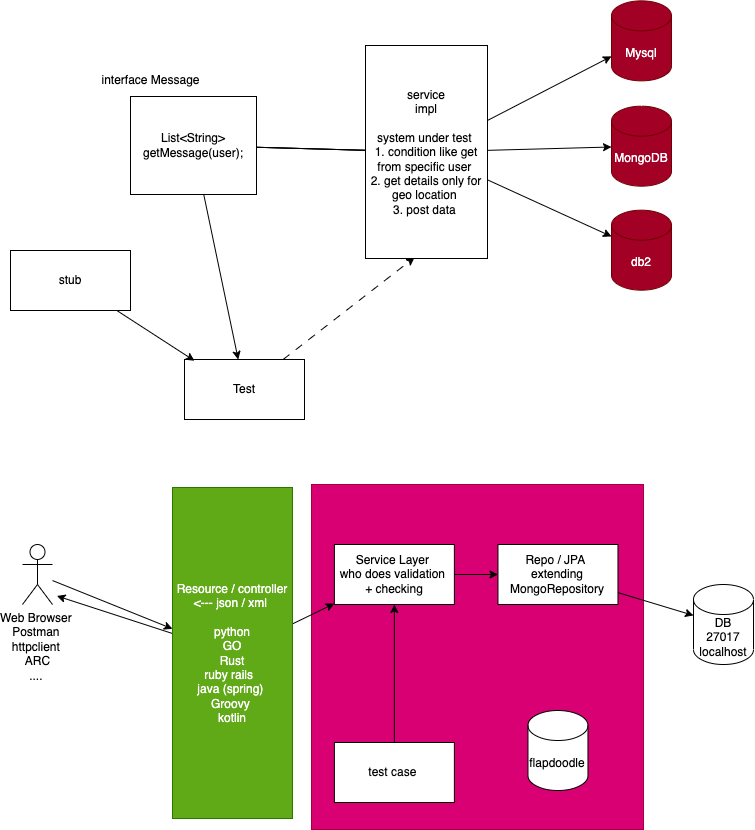
Before: images/day2.drawio.png, a diagram exported from draw.io (adithnaveen/ibm-api-testing-jun-2023). Source tidied: cells renumbered, new cells last; positions are measured from the earlier drawing's top-left corner, leaving out a move shared by most shapes.
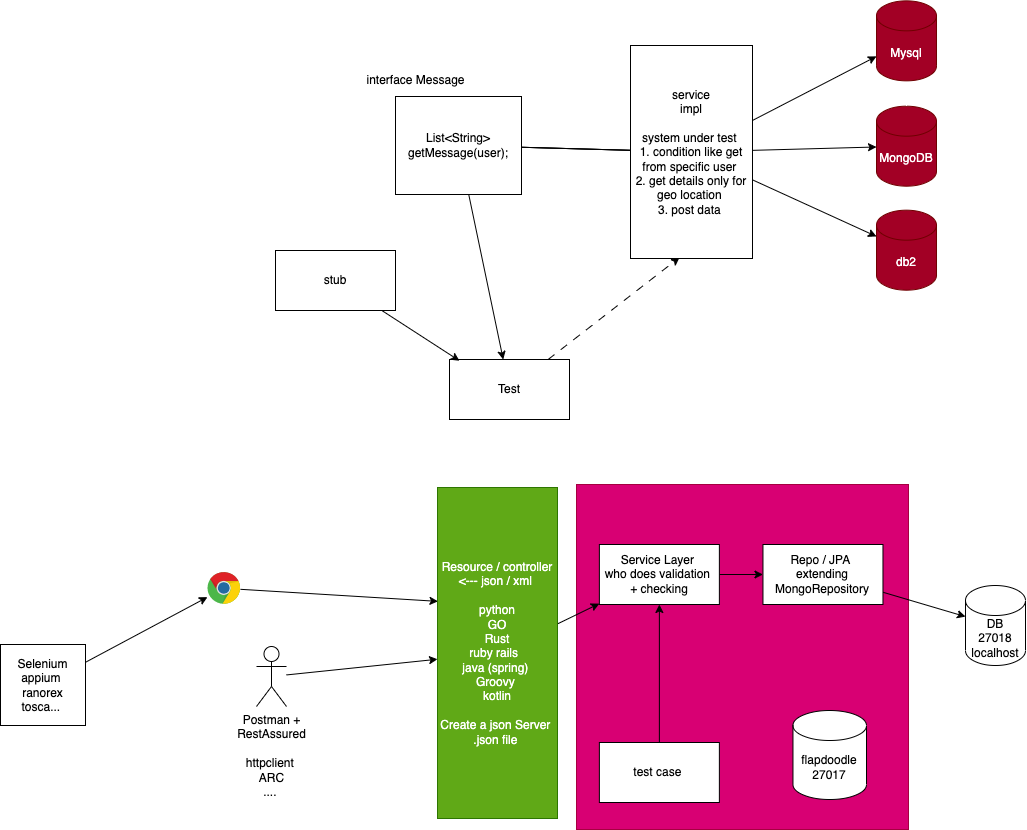
The same file after the commit.

Diff of the diagram source:
```diff
@@ -59,18 +59,13 @@
     <mxCell id="20" style="edgeStyle=none;html=1;" parent="1" edge="1" source="21" target="24">
       <mxGeometry relative="1" as="geometry" />
     </mxCell>
-    <mxCell id="21" value="Web Browser&amp;nbsp;&lt;br&gt;Postman&amp;nbsp;&lt;br&gt;httpclient&amp;nbsp;&lt;br&gt;ARC&lt;br&gt;....&amp;nbsp;" style="shape=umlActor;verticalLabelPosition=bottom;verticalAlign=top;html=1;outlineConnect=0;" parent="1" vertex="1">
-      <mxGeometry x="12" y="544" width="30" height="60" as="geometry" />
+    <mxCell id="21" value="Postman + &lt;br&gt;RestAssured&lt;br&gt;&lt;br&gt;httpclient&amp;nbsp;&lt;br&gt;ARC&lt;br&gt;....&amp;nbsp;" style="shape=umlActor;verticalLabelPosition=bottom;verticalAlign=top;html=1;outlineConnect=0;" parent="1" vertex="1">
+      <mxGeometry x="-19" y="646" width="30" height="60" as="geometry" />
     </mxCell>
     <mxCell id="22" style="edgeStyle=none;html=1;" parent="1" edge="1" source="24" target="26">
       <mxGeometry relative="1" as="geometry" />
     </mxCell>
-    <mxCell id="23" style="edgeStyle=none;html=1;" parent="1" edge="1" source="24">
-      <mxGeometry relative="1" as="geometry">
-        <mxPoint x="46.4" y="595.5" as="targetPoint" />
-      </mxGeometry>
-    </mxCell>
-    <mxCell id="24" value="Resource / controller&lt;br&gt;&amp;lt;--- json / xml&amp;nbsp;&lt;br&gt;&lt;br&gt;python&lt;br&gt;GO&lt;br&gt;Rust&lt;br&gt;ruby rails&amp;nbsp;&amp;nbsp;&lt;br&gt;java (spring)&amp;nbsp;&lt;br&gt;Groovy&amp;nbsp;&lt;br&gt;kotlin" style="rounded=0;whiteSpace=wrap;html=1;fillColor=#60a917;fontColor=#ffffff;strokeColor=#2D7600;" parent="1" vertex="1">
+    <mxCell id="24" value="Resource / controller&lt;br&gt;&amp;lt;--- json / xml&amp;nbsp;&lt;br&gt;&lt;br&gt;python&lt;br&gt;GO&lt;br&gt;Rust&lt;br&gt;ruby rails&amp;nbsp;&amp;nbsp;&lt;br&gt;java (spring)&amp;nbsp;&lt;br&gt;Groovy&amp;nbsp;&lt;br&gt;kotlin&lt;br&gt;&lt;br&gt;Create a json Server&amp;nbsp;&lt;br&gt;.json file&amp;nbsp;" style="rounded=0;whiteSpace=wrap;html=1;fillColor=#60a917;fontColor=#ffffff;strokeColor=#2D7600;" parent="1" vertex="1">
       <mxGeometry x="162" y="487" width="120" height="331" as="geometry" />
     </mxCell>
     <mxCell id="25" style="edgeStyle=none;html=1;" parent="1" edge="1" source="26" target="28">
@@ -85,8 +80,8 @@
     <mxCell id="28" value="Repo / JPA&amp;nbsp;&lt;br&gt;extending MongoRepository" style="rounded=0;whiteSpace=wrap;html=1;" parent="1" vertex="1">
       <mxGeometry x="487.5" y="544" width="120" height="60" as="geometry" />
     </mxCell>
-    <mxCell id="29" value="DB&lt;br&gt;27017&lt;br&gt;localhost" style="shape=cylinder3;whiteSpace=wrap;html=1;boundedLbl=1;backgroundOutline=1;size=15;" parent="1" vertex="1">
-      <mxGeometry x="683" y="584" width="60" height="80" as="geometry" />
+    <mxCell id="29" value="DB&lt;br&gt;27018&lt;br&gt;localhost" style="shape=cylinder3;whiteSpace=wrap;html=1;boundedLbl=1;backgroundOutline=1;size=15;" parent="1" vertex="1">
+      <mxGeometry x="690" y="585" width="60" height="80" as="geometry" />
     </mxCell>
     <mxCell id="30" style="edgeStyle=none;html=1;" parent="1" edge="1" source="31" target="26">
       <mxGeometry relative="1" as="geometry" />
@@ -94,8 +89,20 @@
     <mxCell id="31" value="test case&amp;nbsp;" style="rounded=0;whiteSpace=wrap;html=1;" parent="1" vertex="1">
       <mxGeometry x="323.9" y="742" width="120" height="60" as="geometry" />
     </mxCell>
-    <mxCell id="32" value="&lt;span style=&quot;&quot;&gt;flapdoodle&lt;/span&gt;" style="shape=cylinder3;whiteSpace=wrap;html=1;boundedLbl=1;backgroundOutline=1;size=15;" parent="1" vertex="1">
-      <mxGeometry x="517.5" y="710" width="60" height="80" as="geometry" />
+    <mxCell id="32" value="&lt;span style=&quot;&quot;&gt;flapdoodle&lt;br&gt;27017&lt;br&gt;&lt;/span&gt;" style="shape=cylinder3;whiteSpace=wrap;html=1;boundedLbl=1;backgroundOutline=1;size=15;" parent="1" vertex="1">
+      <mxGeometry x="517.5" y="710" width="73.5" height="89" as="geometry" />
     </mxCell>
+    <mxCell id="33" style="edgeStyle=none;html=1;entryX=0.004;entryY=0.344;entryDx=0;entryDy=0;entryPerimeter=0;" parent="1" edge="1" source="34" target="24">
+      <mxGeometry relative="1" as="geometry" />
+    </mxCell>
+    <mxCell id="34" style="dashed=0;outlineConnect=0;html=1;align=center;labelPosition=center;verticalLabelPosition=bottom;verticalAlign=top;shape=mxgraph.weblogos.chrome;" parent="1" vertex="1">
+      <mxGeometry x="-68" y="571.6" width="33" height="32.4" as="geometry" />
+    </mxCell>
+    <mxCell id="35" style="edgeStyle=none;html=1;" parent="1" edge="1" source="36" target="34">
+      <mxGeometry relative="1" as="geometry" />
+    </mxCell>
+    <mxCell id="36" value="Selenium&lt;br&gt;appium&amp;nbsp;&lt;br&gt;ranorex&lt;br&gt;tosca...&amp;nbsp;" style="rounded=0;whiteSpace=wrap;html=1;" parent="1" vertex="1">
+      <mxGeometry x="-275" y="644" width="85" height="81" as="geometry" />
+    </mxCell>
   </root>
 </mxGraphModel>
```
